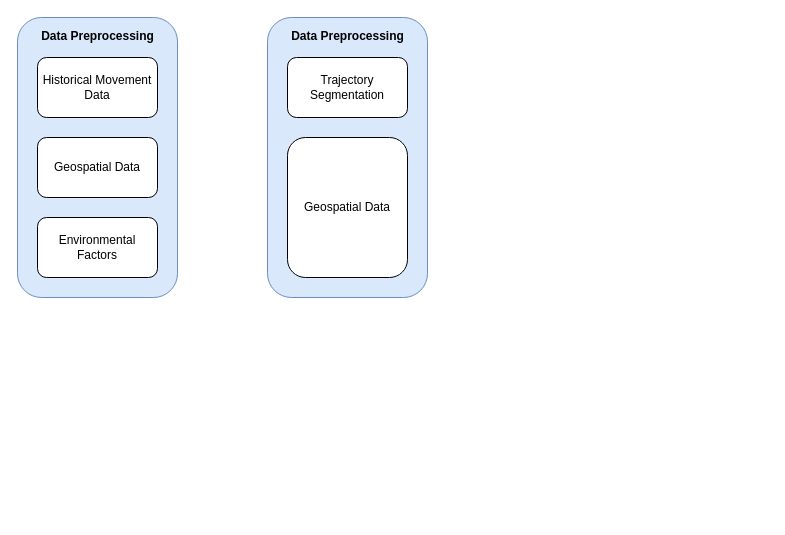
Earlier version of the draw.io diagram AdvancedTechnicalCommunication.drawio (lukas0173/Draw.io). Source tidied: cells renumbered, new cells numbered last; positions are measured from the earlier drawing's top-left corner, leaving out a move shared by most shapes. Both pictures are drawn from the tidied source at 100%, with x=0, y=0 at pixel (17, 17).
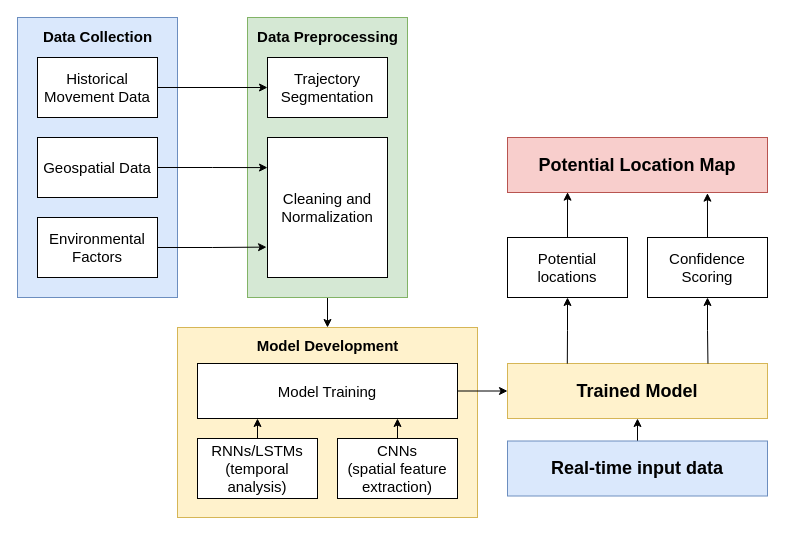
Above is the later version.

The edit, as a diff of the source:
```diff
@@
-    <mxCell id="2" style="rounded=1;whiteSpace=wrap;html=1;fillColor=#dae8fc;strokeColor=#6c8ebf;" parent="1" vertex="1">
+    <mxCell id="2" style="rounded=0;whiteSpace=wrap;html=1;fillColor=#dae8fc;strokeColor=#6c8ebf;fontSize=15;" parent="1" vertex="1">
       <mxGeometry width="160" height="280" as="geometry" />
     </mxCell>
-    <mxCell id="3" value="Historical Movement Data" style="rounded=1;whiteSpace=wrap;html=1;" parent="1" vertex="1">
+    <mxCell id="3" value="Historical Movement Data" style="rounded=0;whiteSpace=wrap;html=1;fontSize=15;" parent="1" vertex="1">
       <mxGeometry x="20" y="40" width="120" height="60" as="geometry" />
     </mxCell>
-    <mxCell id="4" value="Geospatial Data" style="rounded=1;whiteSpace=wrap;html=1;" parent="1" vertex="1">
+    <mxCell id="4" value="Geospatial Data" style="rounded=0;whiteSpace=wrap;html=1;fontSize=15;" parent="1" vertex="1">
       <mxGeometry x="20" y="120" width="120" height="60" as="geometry" />
     </mxCell>
-    <mxCell id="5" value="Environmental Factors" style="rounded=1;whiteSpace=wrap;html=1;" parent="1" vertex="1">
+    <mxCell id="5" value="Environmental Factors" style="rounded=0;whiteSpace=wrap;html=1;fontSize=15;" parent="1" vertex="1">
       <mxGeometry x="20" y="200" width="120" height="60" as="geometry" />
     </mxCell>
-    <mxCell id="6" value="Data Preprocessing" style="text;html=1;align=center;verticalAlign=middle;strokeColor=none;fillColor=none;fontStyle=1;" parent="1" vertex="1">
+    <mxCell id="6" value="Data Collection" style="text;html=1;align=center;verticalAlign=middle;strokeColor=none;fillColor=none;fontStyle=1;fontSize=15;" parent="1" vertex="1">
       <mxGeometry x="15" y="4" width="130" height="30" as="geometry" />
     </mxCell>
+    <mxCell id="11" style="edgeStyle=orthogonalEdgeStyle;rounded=0;jettySize=auto;html=1;entryX=0.5;entryY=0;entryDx=0;entryDy=0;fontSize=15;" parent="1" edge="1" source="7" target="15">
+      <mxGeometry relative="1" as="geometry" />
+    </mxCell>
-    <mxCell id="7" style="rounded=1;whiteSpace=wrap;html=1;fillColor=#dae8fc;strokeColor=#6c8ebf;" parent="1" vertex="1">
-      <mxGeometry x="250" width="160" height="280" as="geometry" />
+    <mxCell id="7" style="rounded=0;whiteSpace=wrap;html=1;fillColor=#d5e8d4;strokeColor=#82b366;glass=0;fontSize=15;" parent="1" vertex="1">
+      <mxGeometry x="230" width="160" height="280" as="geometry" />
     </mxCell>
-    <mxCell id="8" value="Trajectory Segmentation" style="rounded=1;whiteSpace=wrap;html=1;" parent="1" vertex="1">
-      <mxGeometry x="270" y="40" width="120" height="60" as="geometry" />
+    <mxCell id="8" value="Trajectory Segmentation" style="rounded=0;whiteSpace=wrap;html=1;fontSize=15;" parent="1" vertex="1">
+      <mxGeometry x="250" y="40" width="120" height="60" as="geometry" />
     </mxCell>
-    <mxCell id="9" value="Geospatial Data" style="rounded=1;whiteSpace=wrap;html=1;" parent="1" vertex="1">
-      <mxGeometry x="270" y="120" width="120" height="140" as="geometry" />
+    <mxCell id="9" value="Cleaning and Normalization" style="rounded=0;whiteSpace=wrap;html=1;fontSize=15;" parent="1" vertex="1">
+      <mxGeometry x="250" y="120" width="120" height="140" as="geometry" />
     </mxCell>
-    <mxCell id="10" value="Data Preprocessing" style="text;html=1;align=center;verticalAlign=middle;strokeColor=none;fillColor=none;fontStyle=1;" parent="1" vertex="1">
-      <mxGeometry x="265" y="4" width="130" height="30" as="geometry" />
+    <mxCell id="10" value="Data Preprocessing" style="text;html=1;align=center;verticalAlign=middle;strokeColor=none;fillColor=none;fontStyle=1;fontSize=15;" parent="1" vertex="1">
+      <mxGeometry x="230" y="4" width="160" height="30" as="geometry" />
     </mxCell>
+    <mxCell id="12" style="edgeStyle=orthogonalEdgeStyle;rounded=0;jettySize=auto;html=1;entryX=0;entryY=0.5;entryDx=0;entryDy=0;fontSize=15;" parent="1" edge="1" source="3" target="8">
+      <mxGeometry relative="1" as="geometry" />
+    </mxCell>
+    <mxCell id="13" style="edgeStyle=orthogonalEdgeStyle;rounded=0;jettySize=auto;html=1;entryX=0;entryY=0.215;entryDx=0;entryDy=0;entryPerimeter=0;fontSize=15;" parent="1" edge="1" source="4" target="9">
+      <mxGeometry relative="1" as="geometry" />
+    </mxCell>
+    <mxCell id="14" style="edgeStyle=orthogonalEdgeStyle;rounded=0;jettySize=auto;html=1;entryX=-0.008;entryY=0.783;entryDx=0;entryDy=0;entryPerimeter=0;fontSize=15;" parent="1" edge="1" source="5" target="9">
+      <mxGeometry relative="1" as="geometry" />
+    </mxCell>
+    <mxCell id="15" style="rounded=0;whiteSpace=wrap;html=1;fillColor=#fff2cc;strokeColor=#d6b656;glass=0;fontSize=15;" parent="1" vertex="1">
+      <mxGeometry x="160" y="310" width="300" height="190" as="geometry" />
+    </mxCell>
+    <mxCell id="16" style="edgeStyle=orthogonalEdgeStyle;rounded=0;jettySize=auto;html=1;entryX=0;entryY=0.5;entryDx=0;entryDy=0;fontSize=15;" parent="1" edge="1" source="17" target="23">
+      <mxGeometry relative="1" as="geometry" />
+    </mxCell>
+    <mxCell id="17" value="Model Training" style="rounded=0;whiteSpace=wrap;html=1;fontSize=15;" parent="1" vertex="1">
+      <mxGeometry x="180" y="346" width="260" height="55" as="geometry" />
+    </mxCell>
+    <mxCell id="18" value="RNNs/LSTMs&lt;div&gt;(temporal analysis)&lt;/div&gt;" style="rounded=0;whiteSpace=wrap;html=1;fontSize=15;" parent="1" vertex="1">
+      <mxGeometry x="180" y="421" width="120" height="60" as="geometry" />
+    </mxCell>
+    <mxCell id="19" value="CNNs&lt;div&gt;(spatial feature extraction)&lt;/div&gt;" style="rounded=0;whiteSpace=wrap;html=1;fontSize=15;" parent="1" vertex="1">
+      <mxGeometry x="320" y="421" width="120" height="60" as="geometry" />
+    </mxCell>
+    <mxCell id="20" value="Model Development" style="text;html=1;align=center;verticalAlign=middle;strokeColor=none;fillColor=none;fontStyle=1;fontSize=15;" parent="1" vertex="1">
+      <mxGeometry x="230" y="313" width="160" height="30" as="geometry" />
+    </mxCell>
+    <mxCell id="21" style="edgeStyle=orthogonalEdgeStyle;rounded=0;jettySize=auto;html=1;entryX=0.232;entryY=1.002;entryDx=0;entryDy=0;entryPerimeter=0;fontSize=15;" parent="1" edge="1" source="18" target="17">
+      <mxGeometry relative="1" as="geometry" />
+    </mxCell>
+    <mxCell id="22" style="edgeStyle=orthogonalEdgeStyle;rounded=0;jettySize=auto;html=1;entryX=0.771;entryY=1.002;entryDx=0;entryDy=0;entryPerimeter=0;fontSize=15;" parent="1" edge="1" source="19" target="17">
+      <mxGeometry relative="1" as="geometry" />
+    </mxCell>
+    <mxCell id="23" value="Trained Model" style="rounded=0;whiteSpace=wrap;html=1;fillColor=#fff2cc;strokeColor=#d6b656;fontStyle=1;fontSize=18;" parent="1" vertex="1">
+      <mxGeometry x="490" y="346" width="260" height="55" as="geometry" />
+    </mxCell>
+    <mxCell id="24" style="edgeStyle=orthogonalEdgeStyle;rounded=0;jettySize=auto;html=1;fontSize=15;" parent="1" edge="1" source="25" target="23">
+      <mxGeometry relative="1" as="geometry" />
+    </mxCell>
+    <mxCell id="25" value="Real-time input data" style="rounded=0;whiteSpace=wrap;html=1;fillColor=#dae8fc;strokeColor=#6c8ebf;fontStyle=1;fontSize=18;" parent="1" vertex="1">
+      <mxGeometry x="490" y="423.5" width="260" height="55" as="geometry" />
+    </mxCell>
+    <mxCell id="26" value="Confidence Scoring" style="rounded=0;whiteSpace=wrap;html=1;fontSize=15;" parent="1" vertex="1">
+      <mxGeometry x="630" y="220" width="120" height="60" as="geometry" />
+    </mxCell>
+    <mxCell id="27" value="Potential locations" style="rounded=0;whiteSpace=wrap;html=1;fontSize=15;" parent="1" vertex="1">
+      <mxGeometry x="490" y="220" width="120" height="60" as="geometry" />
+    </mxCell>
+    <mxCell id="28" style="edgeStyle=orthogonalEdgeStyle;rounded=0;jettySize=auto;html=1;entryX=0.23;entryY=0.003;entryDx=0;entryDy=0;entryPerimeter=0;startArrow=classic;startFill=1;endArrow=none;endFill=0;fontSize=15;" parent="1" edge="1" source="27" target="23">
+      <mxGeometry relative="1" as="geometry" />
+    </mxCell>
+    <mxCell id="29" style="edgeStyle=orthogonalEdgeStyle;rounded=0;jettySize=auto;html=1;entryX=0.771;entryY=0.003;entryDx=0;entryDy=0;entryPerimeter=0;startArrow=classic;startFill=1;endArrow=none;endFill=0;fontSize=15;" parent="1" edge="1" source="26" target="23">
+      <mxGeometry relative="1" as="geometry" />
+    </mxCell>
+    <mxCell id="30" value="Potential Location Map" style="rounded=0;whiteSpace=wrap;html=1;fillColor=#f8cecc;strokeColor=#b85450;fontStyle=1;fontSize=18;" parent="1" vertex="1">
+      <mxGeometry x="490" y="120" width="260" height="55" as="geometry" />
+    </mxCell>
+    <mxCell id="31" style="edgeStyle=orthogonalEdgeStyle;rounded=0;jettySize=auto;html=1;entryX=0.231;entryY=0.994;entryDx=0;entryDy=0;entryPerimeter=0;fontSize=15;" parent="1" edge="1" source="27" target="30">
+      <mxGeometry relative="1" as="geometry" />
+    </mxCell>
+    <mxCell id="32" style="edgeStyle=orthogonalEdgeStyle;rounded=0;jettySize=auto;html=1;entryX=0.769;entryY=1.012;entryDx=0;entryDy=0;entryPerimeter=0;fontSize=15;" parent="1" edge="1" source="26" target="30">
+      <mxGeometry relative="1" as="geometry" />
+    </mxCell>
```
